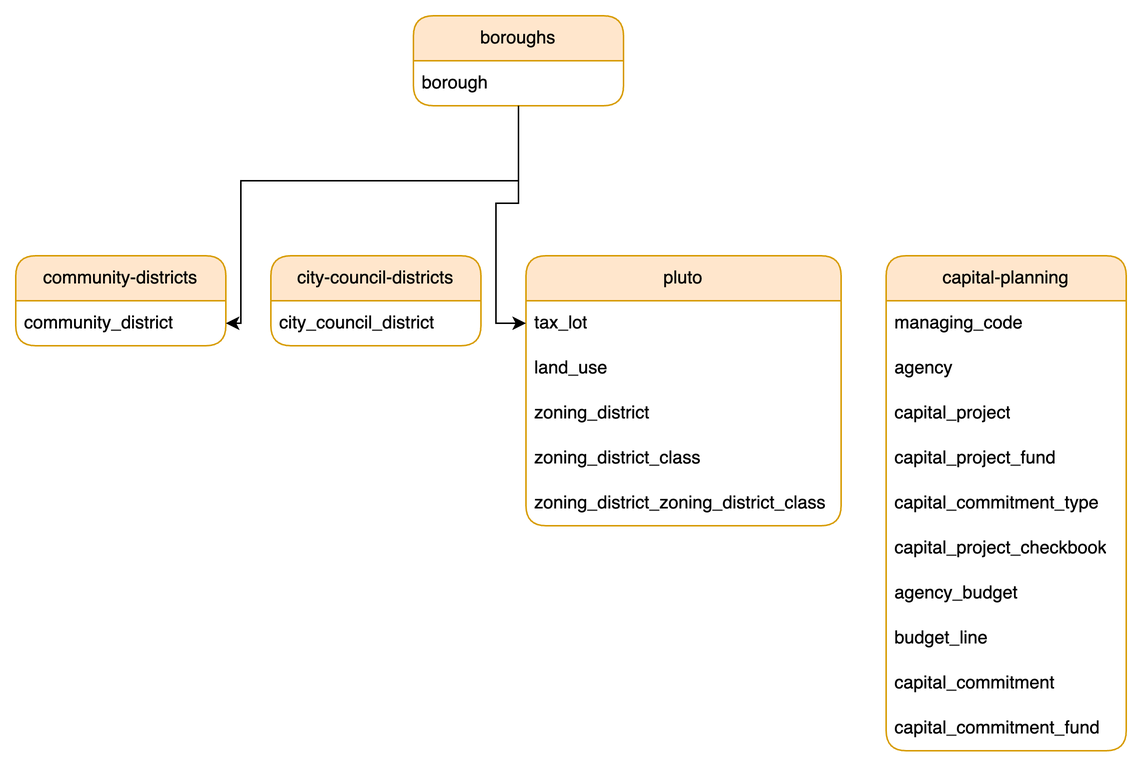
Earlier version of the draw.io export documentation/diagrams/build_table_relationship.drawio.png (NYCPlanning/ae-data-flow). Source tidied: cells renumbered, new cells last; positions are measured from the earlier drawing's top-left corner, leaving out a move shared by most shapes.
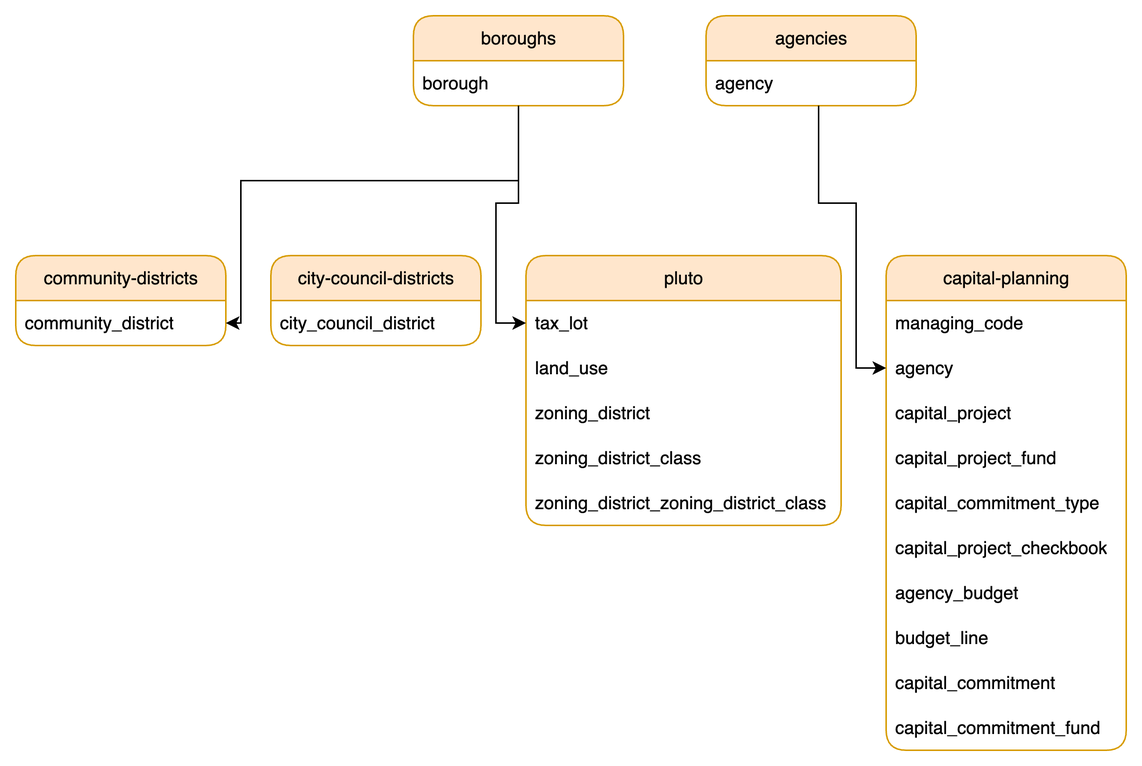
The same file after the commit.

Change to the diagram source:
```diff
@@ -89,5 +89,21 @@
         </Array>
       </mxGeometry>
     </mxCell>
+    <mxCell id="27" value="agencies" style="swimlane;fontStyle=0;horizontal=1;startSize=30;whiteSpace=wrap;html=1;fillColor=#ffe6cc;strokeColor=#d79b00;rounded=1;" parent="1" vertex="1">
+      <mxGeometry x="460" width="140" height="60" as="geometry" />
+    </mxCell>
+    <mxCell id="28" value="agency" style="text;strokeColor=none;fillColor=none;align=left;verticalAlign=middle;spacingLeft=4;spacingRight=4;overflow=hidden;whiteSpace=wrap;html=1;" parent="27" vertex="1">
+      <mxGeometry y="30" width="140" height="30" as="geometry" />
+    </mxCell>
+    <mxCell id="29" style="edgeStyle=orthogonalEdgeStyle;rounded=0;jettySize=auto;html=1;exitX=0.5;exitY=1;exitDx=0;exitDy=0;exitPerimeter=0;entryX=0;entryY=0.5;entryDx=0;entryDy=0;" parent="1" edge="1" target="16">
+      <mxGeometry relative="1" as="geometry">
+        <mxPoint x="535" y="60" as="sourcePoint" />
+        <Array as="points">
+          <mxPoint x="535" y="125" />
+          <mxPoint x="560" y="125" />
+          <mxPoint x="560" y="235" />
+        </Array>
+      </mxGeometry>
+    </mxCell>
   </root>
 </mxGraphModel>
```
